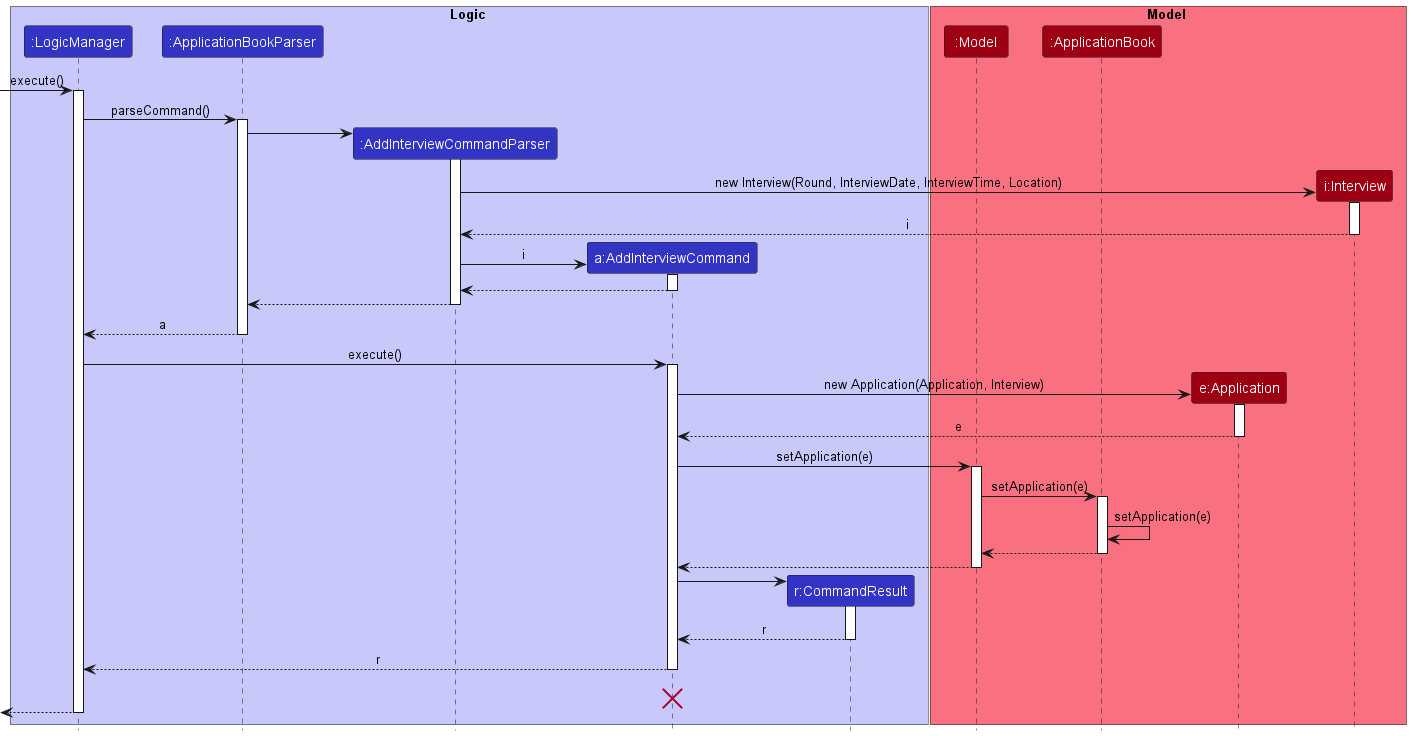
nus-cs2103-AY2223S1/tp keeps this PlantUML diagram as docs/images/AddInterviewSequenceDiagram.png. Above is the earlier version.
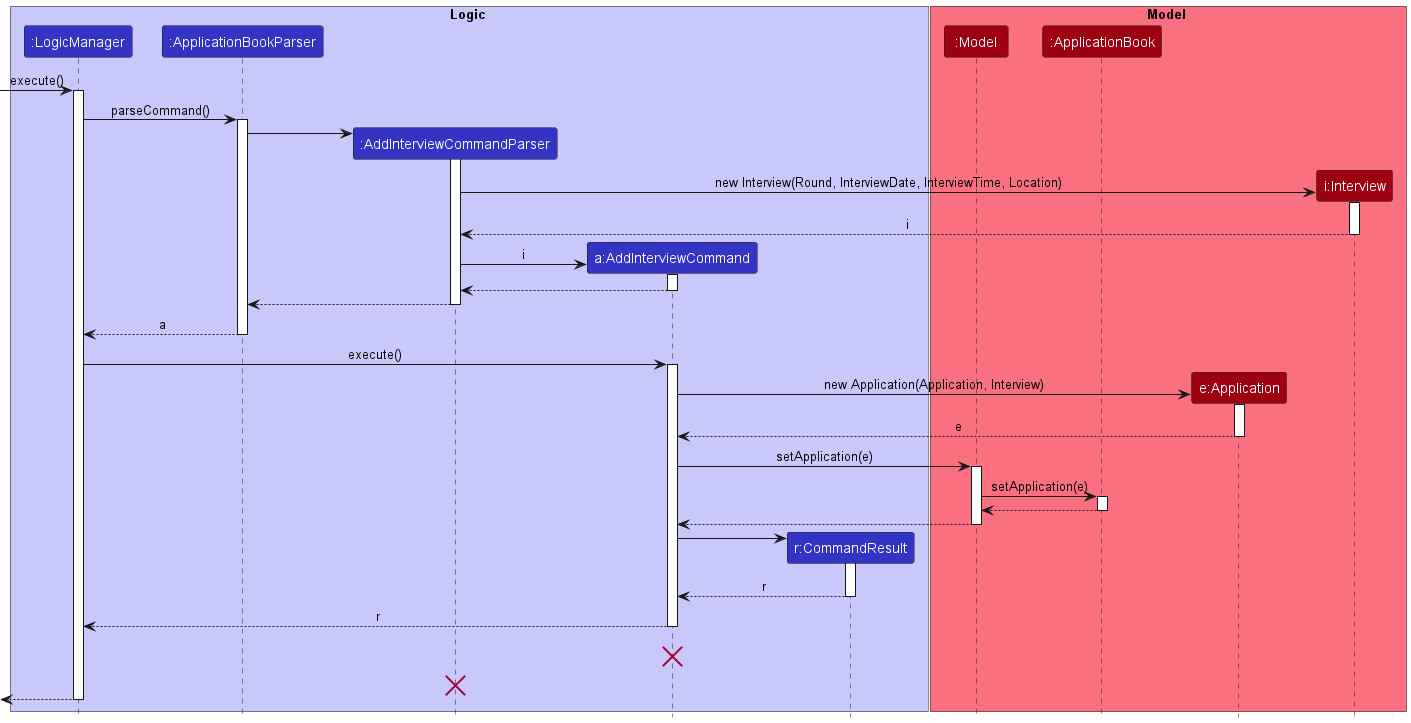
The same diagram one commit later.

Commit message:
Changes for sequence diagram and Developer Guide

Change to the diagram source:
```diff
@@ -63,7 +63,6 @@
 Model -> ApplicationBook : setApplication(e)
 activate ApplicationBook
 
-ApplicationBook -> ApplicationBook : setApplication(e)
 ApplicationBook --> Model :
 deactivate ApplicationBook
 
@@ -81,6 +80,8 @@
 deactivate AddInterviewCommand
 AddInterviewCommand -[hidden]-> LogicManager : r
 destroy AddInterviewCommand
+AddInterviewCommandParser -[hidden]-> LogicManager : r
+destroy AddInterviewCommandParser
 
 [<--LogicManager
 deactivate LogicManager
```
